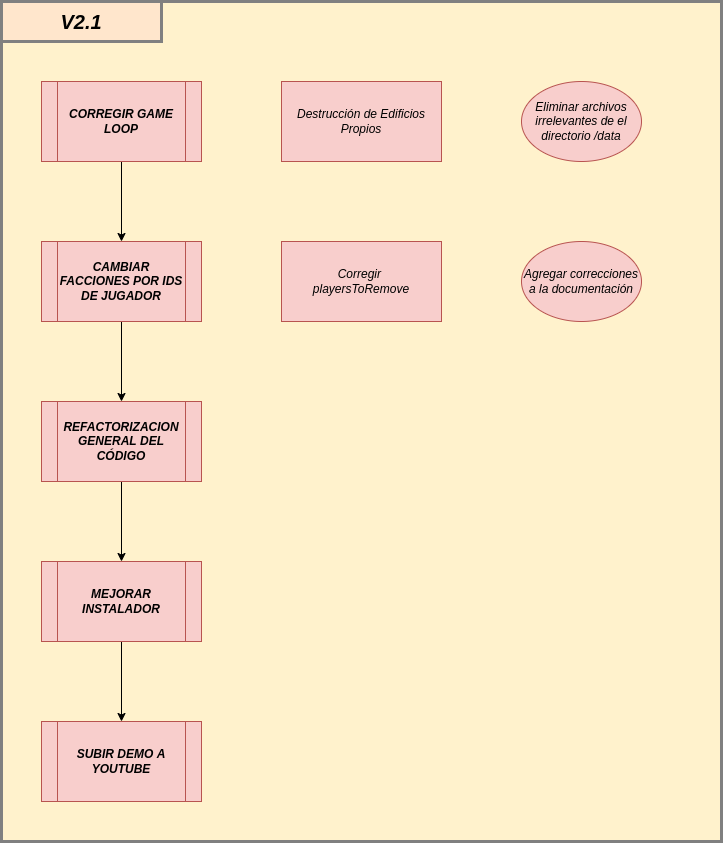
The draw.io diagram Roadmap.png in Lautaro-De-Lucia/TDP-Dune2022, before a commit. Source tidied: cells renumbered, new cells last; positions are measured from the earlier drawing's top-left corner, leaving out a move shared by most shapes.
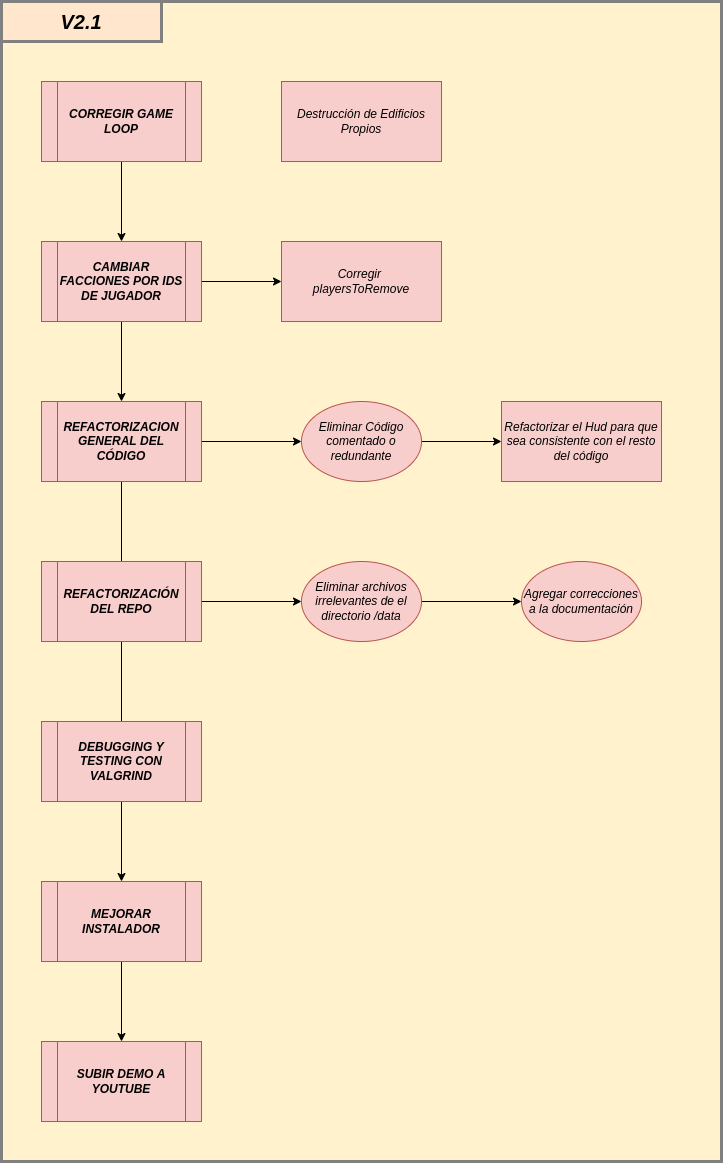
After the change.

Diff of the diagram source:
```diff
@@ -3,7 +3,7 @@
     <mxCell id="0" />
     <mxCell id="1" parent="0" />
     <mxCell id="2" style="rounded=0;whiteSpace=wrap;html=1;strokeColor=#808080;strokeWidth=3;fillColor=#fff2cc;" parent="1" vertex="1">
-      <mxGeometry width="720" height="840" as="geometry" />
+      <mxGeometry width="720" height="1160" as="geometry" />
     </mxCell>
     <mxCell id="3" style="edgeStyle=orthogonalEdgeStyle;rounded=0;jettySize=auto;html=1;" parent="1" edge="1" source="4">
       <mxGeometry relative="1" as="geometry">
@@ -16,12 +16,18 @@
     <mxCell id="5" style="edgeStyle=orthogonalEdgeStyle;rounded=0;jettySize=auto;html=1;entryX=0.5;entryY=0;entryDx=0;entryDy=0;" parent="1" edge="1" source="6" target="8">
       <mxGeometry relative="1" as="geometry" />
     </mxCell>
+    <mxCell id="17" style="edgeStyle=orthogonalEdgeStyle;rounded=0;jettySize=auto;html=1;entryX=0;entryY=0.5;entryDx=0;entryDy=0;" parent="1" edge="1" source="6" target="13">
+      <mxGeometry relative="1" as="geometry" />
+    </mxCell>
     <mxCell id="6" value="&lt;b&gt;&lt;i&gt;CAMBIAR FACCIONES POR IDS DE JUGADOR&lt;/i&gt;&lt;/b&gt;" style="shape=process;whiteSpace=wrap;html=1;backgroundOutline=1;fillColor=#f8cecc;strokeColor=#b85450;" parent="1" vertex="1">
       <mxGeometry x="40" y="240" width="160" height="80" as="geometry" />
     </mxCell>
     <mxCell id="7" style="edgeStyle=orthogonalEdgeStyle;rounded=0;jettySize=auto;html=1;" parent="1" edge="1" source="8" target="15">
       <mxGeometry relative="1" as="geometry" />
     </mxCell>
+    <mxCell id="18" style="edgeStyle=orthogonalEdgeStyle;rounded=0;jettySize=auto;html=1;entryX=0;entryY=0.5;entryDx=0;entryDy=0;" parent="1" edge="1" source="8" target="22">
+      <mxGeometry relative="1" as="geometry" />
+    </mxCell>
     <mxCell id="8" value="&lt;b&gt;&lt;i&gt;REFACTORIZACION GENERAL DEL CÓDIGO&lt;/i&gt;&lt;/b&gt;" style="shape=process;whiteSpace=wrap;html=1;backgroundOutline=1;fillColor=#f8cecc;strokeColor=#b85450;" parent="1" vertex="1">
       <mxGeometry x="40" y="400" width="160" height="80" as="geometry" />
     </mxCell>
@@ -31,11 +37,14 @@
     <mxCell id="10" value="&lt;i&gt;Destrucción de Edificios Propios&lt;/i&gt;" style="rounded=0;whiteSpace=wrap;html=1;fillColor=#f8cecc;strokeColor=#b85450;" parent="1" vertex="1">
       <mxGeometry x="280" y="80" width="160" height="80" as="geometry" />
     </mxCell>
+    <mxCell id="19" style="edgeStyle=orthogonalEdgeStyle;rounded=0;jettySize=auto;html=1;" parent="1" edge="1" source="11" target="12">
+      <mxGeometry relative="1" as="geometry" />
+    </mxCell>
     <mxCell id="11" value="&lt;i style=&quot;&quot;&gt;&lt;span style=&quot;&quot;&gt;&#9;&lt;/span&gt;Eliminar archivos irrelevantes de el directorio /data&lt;/i&gt;" style="ellipse;whiteSpace=wrap;html=1;fillColor=#f8cecc;strokeColor=#b85450;" parent="1" vertex="1">
-      <mxGeometry x="520" y="80" width="120" height="80" as="geometry" />
+      <mxGeometry x="300" y="560" width="120" height="80" as="geometry" />
     </mxCell>
     <mxCell id="12" value="&lt;i&gt;Agregar correcciones a la documentación&lt;/i&gt;" style="ellipse;whiteSpace=wrap;html=1;fillColor=#f8cecc;strokeColor=#b85450;" parent="1" vertex="1">
-      <mxGeometry x="520" y="240" width="120" height="80" as="geometry" />
+      <mxGeometry x="520" y="560" width="120" height="80" as="geometry" />
     </mxCell>
     <mxCell id="13" value="&lt;i&gt;Corregir &lt;br&gt;playersToRemove&lt;/i&gt;" style="rounded=0;whiteSpace=wrap;html=1;fillColor=#f8cecc;strokeColor=#b85450;" parent="1" vertex="1">
       <mxGeometry x="280" y="240" width="160" height="80" as="geometry" />
@@ -44,10 +53,28 @@
       <mxGeometry relative="1" as="geometry" />
     </mxCell>
     <mxCell id="15" value="&lt;b&gt;&lt;i&gt;MEJORAR INSTALADOR&lt;/i&gt;&lt;/b&gt;" style="shape=process;whiteSpace=wrap;html=1;backgroundOutline=1;fillColor=#f8cecc;strokeColor=#b85450;" parent="1" vertex="1">
-      <mxGeometry x="40" y="560" width="160" height="80" as="geometry" />
+      <mxGeometry x="40" y="880" width="160" height="80" as="geometry" />
     </mxCell>
     <mxCell id="16" value="&lt;b&gt;&lt;i&gt;SUBIR DEMO A YOUTUBE&lt;/i&gt;&lt;/b&gt;" style="shape=process;whiteSpace=wrap;html=1;backgroundOutline=1;fillColor=#f8cecc;strokeColor=#b85450;" parent="1" vertex="1">
-      <mxGeometry x="40" y="720" width="160" height="80" as="geometry" />
+      <mxGeometry x="40" y="1040" width="160" height="80" as="geometry" />
     </mxCell>
+    <mxCell id="20" value="&lt;i&gt;Refactorizar el Hud para que sea consistente con el resto del código&lt;/i&gt;" style="rounded=0;whiteSpace=wrap;html=1;fillColor=#f8cecc;strokeColor=#b85450;" parent="1" vertex="1">
+      <mxGeometry x="500" y="400" width="160" height="80" as="geometry" />
+    </mxCell>
+    <mxCell id="21" style="edgeStyle=orthogonalEdgeStyle;rounded=0;jettySize=auto;html=1;" parent="1" edge="1" source="22" target="20">
+      <mxGeometry relative="1" as="geometry" />
+    </mxCell>
+    <mxCell id="22" value="&lt;i&gt;Eliminar Código comentado o redundante&lt;/i&gt;" style="ellipse;whiteSpace=wrap;html=1;fillColor=#f8cecc;strokeColor=#b85450;" parent="1" vertex="1">
+      <mxGeometry x="300" y="400" width="120" height="80" as="geometry" />
+    </mxCell>
+    <mxCell id="23" value="&lt;b&gt;&lt;i&gt;DEBUGGING Y TESTING CON VALGRIND&lt;/i&gt;&lt;/b&gt;" style="shape=process;whiteSpace=wrap;html=1;backgroundOutline=1;fillColor=#f8cecc;strokeColor=#b85450;" parent="1" vertex="1">
+      <mxGeometry x="40" y="720" width="160" height="80" as="geometry" />
+    </mxCell>
+    <mxCell id="24" style="edgeStyle=orthogonalEdgeStyle;rounded=0;jettySize=auto;html=1;entryX=0;entryY=0.5;entryDx=0;entryDy=0;" parent="1" edge="1" source="25" target="11">
+      <mxGeometry relative="1" as="geometry" />
+    </mxCell>
+    <mxCell id="25" value="&lt;b&gt;&lt;i&gt;REFACTORIZACIÓN DEL REPO&lt;/i&gt;&lt;/b&gt;" style="shape=process;whiteSpace=wrap;html=1;backgroundOutline=1;fillColor=#f8cecc;strokeColor=#b85450;" parent="1" vertex="1">
+      <mxGeometry x="40" y="560" width="160" height="80" as="geometry" />
+    </mxCell>
   </root>
 </mxGraphModel>
```
